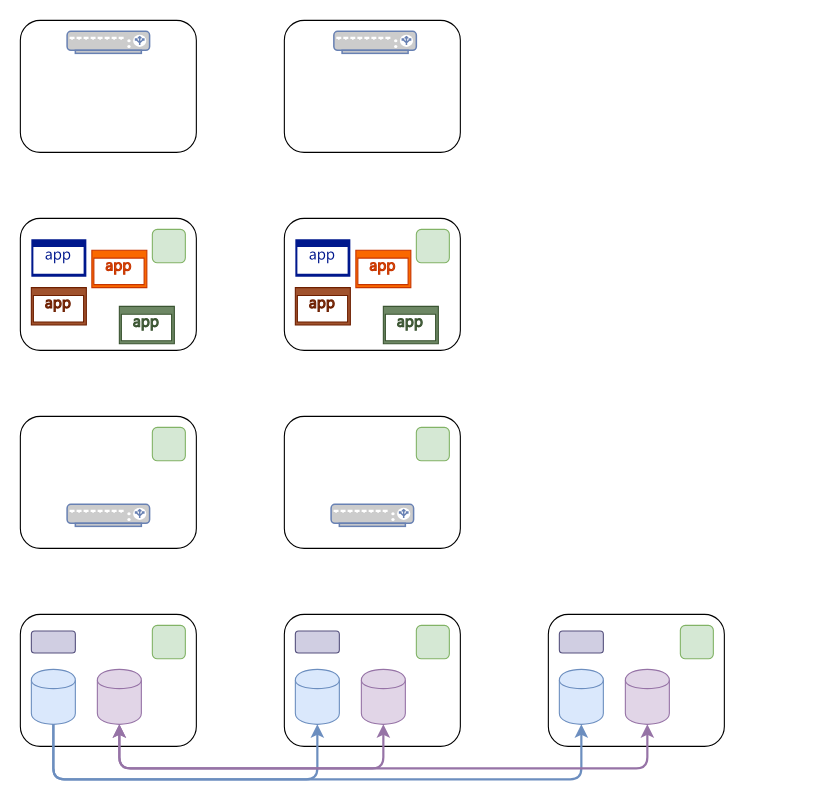
Earlier version of the draw.io diagram arch/deployment.drawio (Arnauld/schema). Source tidied: cells renumbered, new cells numbered last; positions are measured from the earlier drawing's top-left corner, leaving out a move shared by most shapes. Both pictures are drawn from the tidied source at 110%, with x=0, y=0 at pixel (20, 20).
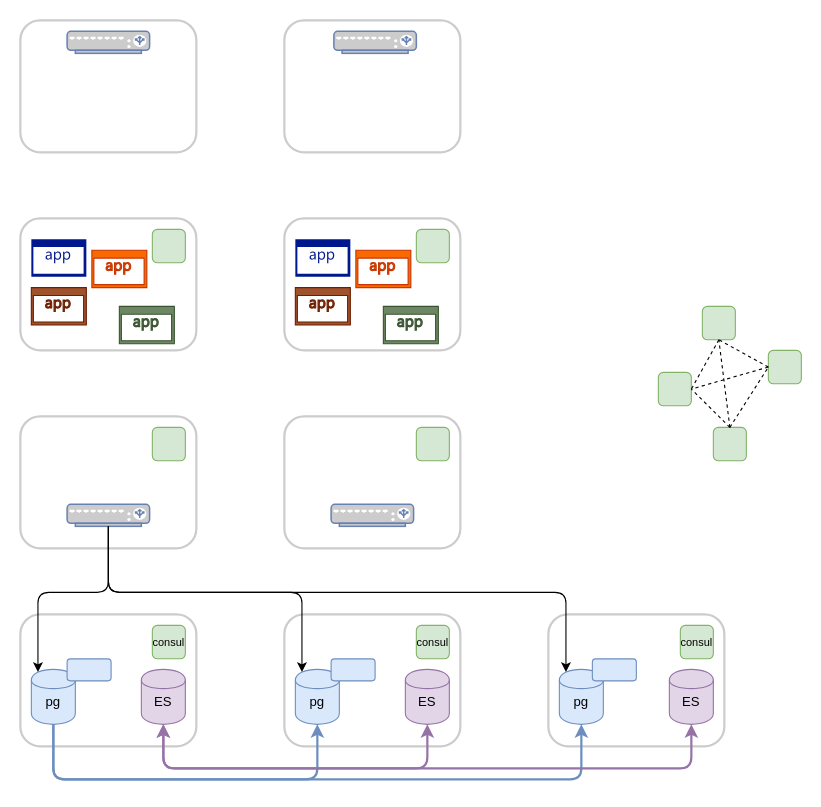
The same diagram, later.

Unchanged cells that the change refers to:
```xml
<mxCell id="18" style="shape=cylinder;whiteSpace=wrap;html=1;boundedLbl=1;backgroundOutline=1;fillColor=#dae8fc;strokeColor=#6c8ebf;" parent="1" vertex="1">
  <mxGeometry x="250" y="590" width="40" height="50" as="geometry" />
</mxCell>
<mxCell id="19" style="shape=cylinder;whiteSpace=wrap;html=1;boundedLbl=1;backgroundOutline=1;fillColor=#dae8fc;strokeColor=#6c8ebf;" parent="1" vertex="1">
  <mxGeometry x="490" y="590" width="40" height="50" as="geometry" />
</mxCell>
<mxCell id="21" style="shape=cylinder;whiteSpace=wrap;html=1;boundedLbl=1;backgroundOutline=1;fillColor=#dae8fc;strokeColor=#6c8ebf;" parent="1" vertex="1">
  <mxGeometry x="10" y="590" width="40" height="50" as="geometry" />
</mxCell>
<mxCell id="30" style="fontColor=#0066CC;verticalAlign=top;verticalLabelPosition=bottom;labelPosition=center;align=center;html=1;outlineConnect=0;fillColor=#CCCCCC;strokeColor=#6881B3;gradientColor=none;gradientDirection=north;strokeWidth=2;shape=mxgraph.networks.load_balancer;" parent="1" vertex="1">
  <mxGeometry x="42.5" y="440" width="75" height="20" as="geometry" />
</mxCell>
```

Diff of the diagram source:
```diff
@@
-    <mxCell id="2" style="rounded=1;whiteSpace=wrap;html=1;" parent="1" vertex="1">
+    <mxCell id="2" style="rounded=1;whiteSpace=wrap;html=1;strokeColor=#CCCCCC;strokeWidth=2;" parent="1" vertex="1">
       <mxGeometry x="240" width="160" height="120" as="geometry" />
     </mxCell>
-    <mxCell id="3" style="rounded=1;whiteSpace=wrap;html=1;" parent="1" vertex="1">
+    <mxCell id="3" style="rounded=1;whiteSpace=wrap;html=1;strokeWidth=2;strokeColor=#CCCCCC;" parent="1" vertex="1">
       <mxGeometry width="160" height="120" as="geometry" />
     </mxCell>
-    <mxCell id="4" style="rounded=1;whiteSpace=wrap;html=1;" parent="1" vertex="1">
+    <mxCell id="4" style="rounded=1;whiteSpace=wrap;html=1;strokeColor=#CCCCCC;strokeWidth=2;" parent="1" vertex="1">
       <mxGeometry y="180" width="160" height="120" as="geometry" />
     </mxCell>
-    <mxCell id="5" style="rounded=1;whiteSpace=wrap;html=1;" parent="1" vertex="1">
+    <mxCell id="5" style="rounded=1;whiteSpace=wrap;html=1;strokeColor=#CCCCCC;strokeWidth=2;" parent="1" vertex="1">
       <mxGeometry x="240" y="180" width="160" height="120" as="geometry" />
     </mxCell>
-    <mxCell id="6" style="rounded=1;whiteSpace=wrap;html=1;" parent="1" vertex="1">
+    <mxCell id="6" style="rounded=1;whiteSpace=wrap;html=1;strokeWidth=2;strokeColor=#CCCCCC;" parent="1" vertex="1">
       <mxGeometry y="360" width="160" height="120" as="geometry" />
     </mxCell>
-    <mxCell id="7" style="rounded=1;whiteSpace=wrap;html=1;" parent="1" vertex="1">
+    <mxCell id="7" style="rounded=1;whiteSpace=wrap;html=1;strokeColor=#CCCCCC;strokeWidth=2;" parent="1" vertex="1">
       <mxGeometry y="540" width="160" height="120" as="geometry" />
     </mxCell>
-    <mxCell id="8" style="rounded=1;whiteSpace=wrap;html=1;" parent="1" vertex="1">
+    <mxCell id="8" style="rounded=1;whiteSpace=wrap;html=1;strokeWidth=2;strokeColor=#CCCCCC;" parent="1" vertex="1">
       <mxGeometry x="240" y="540" width="160" height="120" as="geometry" />
     </mxCell>
-    <mxCell id="9" style="rounded=1;whiteSpace=wrap;html=1;" parent="1" vertex="1">
+    <mxCell id="9" style="rounded=1;whiteSpace=wrap;html=1;strokeColor=#CCCCCC;strokeWidth=2;" parent="1" vertex="1">
       <mxGeometry x="480" y="540" width="160" height="120" as="geometry" />
     </mxCell>
-    <mxCell id="10" style="rounded=1;whiteSpace=wrap;html=1;" parent="1" vertex="1">
+    <mxCell id="10" style="rounded=1;whiteSpace=wrap;html=1;strokeColor=#CCCCCC;strokeWidth=2;" parent="1" vertex="1">
       <mxGeometry x="240" y="360" width="160" height="120" as="geometry" />
     </mxCell>
@@
     <mxCell id="22" style="shape=cylinder;whiteSpace=wrap;html=1;boundedLbl=1;backgroundOutline=1;fillColor=#e1d5e7;strokeColor=#9673a6;" parent="1" vertex="1">
-      <mxGeometry x="70" y="590" width="40" height="50" as="geometry" />
+      <mxGeometry x="110" y="590" width="40" height="50" as="geometry" />
     </mxCell>
     <mxCell id="23" style="shape=cylinder;whiteSpace=wrap;html=1;boundedLbl=1;backgroundOutline=1;fillColor=#e1d5e7;strokeColor=#9673a6;" parent="1" vertex="1">
-      <mxGeometry x="310" y="590" width="40" height="50" as="geometry" />
+      <mxGeometry x="350" y="590" width="40" height="50" as="geometry" />
     </mxCell>
     <mxCell id="24" style="shape=cylinder;whiteSpace=wrap;html=1;boundedLbl=1;backgroundOutline=1;fillColor=#e1d5e7;strokeColor=#9673a6;" parent="1" vertex="1">
-      <mxGeometry x="550" y="590" width="40" height="50" as="geometry" />
+      <mxGeometry x="590" y="590" width="40" height="50" as="geometry" />
     </mxCell>
-    <mxCell id="25" style="rounded=1;whiteSpace=wrap;html=1;fillColor=#d0cee2;strokeColor=#56517e;" parent="1" vertex="1">
-      <mxGeometry x="10" y="555.2" width="40" height="20" as="geometry" />
+    <mxCell id="25" style="rounded=1;whiteSpace=wrap;html=1;fillColor=#dae8fc;strokeColor=#6c8ebf;" parent="1" vertex="1">
+      <mxGeometry x="42.5" y="580.5" width="40" height="20" as="geometry" />
     </mxCell>
-    <mxCell id="26" style="rounded=1;whiteSpace=wrap;html=1;fillColor=#d0cee2;strokeColor=#56517e;" parent="1" vertex="1">
-      <mxGeometry x="250" y="555.2" width="40" height="20" as="geometry" />
+    <mxCell id="26" style="rounded=1;whiteSpace=wrap;html=1;fillColor=#dae8fc;strokeColor=#6c8ebf;" parent="1" vertex="1">
+      <mxGeometry x="282.5" y="580.5" width="40" height="20" as="geometry" />
     </mxCell>
-    <mxCell id="27" style="rounded=1;whiteSpace=wrap;html=1;fillColor=#d0cee2;strokeColor=#56517e;" parent="1" vertex="1">
-      <mxGeometry x="490" y="555.2" width="40" height="20" as="geometry" />
+    <mxCell id="27" style="rounded=1;whiteSpace=wrap;html=1;fillColor=#dae8fc;strokeColor=#6c8ebf;" parent="1" vertex="1">
+      <mxGeometry x="520" y="580.5" width="40" height="20" as="geometry" />
     </mxCell>
@@
     <mxCell id="40" style="edgeStyle=segmentEdgeStyle;endArrow=classic;html=1;exitX=0.5;exitY=1;exitDx=0;exitDy=0;entryX=0.5;entryY=1;entryDx=0;entryDy=0;startArrow=classic;startFill=1;fillColor=#e1d5e7;strokeColor=#9673a6;strokeWidth=2;" parent="1" edge="1" source="22" target="23">
       <mxGeometry relative="1" as="geometry">
         <Array as="points">
-          <mxPoint x="90" y="680" />
-          <mxPoint x="330" y="680" />
+          <mxPoint x="130" y="680" />
+          <mxPoint x="370" y="680" />
         </Array>
       </mxGeometry>
     </mxCell>
@@
     <mxCell id="42" style="edgeStyle=segmentEdgeStyle;endArrow=classic;html=1;exitX=0.5;exitY=1;exitDx=0;exitDy=0;entryX=0.5;entryY=1;entryDx=0;entryDy=0;startArrow=classic;startFill=1;fillColor=#e1d5e7;strokeColor=#9673a6;strokeWidth=2;" parent="1" edge="1" source="22" target="24">
       <mxGeometry relative="1" as="geometry">
         <Array as="points">
-          <mxPoint x="90" y="680" />
-          <mxPoint x="570" y="680" />
+          <mxPoint x="130" y="680" />
+          <mxPoint x="610" y="680" />
         </Array>
       </mxGeometry>
     </mxCell>
+    <mxCell id="43" style="edgeStyle=elbowEdgeStyle;elbow=vertical;endArrow=classic;html=1;strokeColor=#000000;strokeWidth=1;entryX=0.15;entryY=0.05;entryDx=0;entryDy=0;entryPerimeter=0;" parent="1" edge="1" target="21">
+      <mxGeometry relative="1" as="geometry">
+        <mxPoint x="80" y="460" as="sourcePoint" />
+        <Array as="points">
+          <mxPoint x="150" y="520" />
+        </Array>
+      </mxGeometry>
+    </mxCell>
+    <mxCell id="44" style="edgeStyle=elbowEdgeStyle;elbow=vertical;endArrow=classic;html=1;strokeColor=#000000;strokeWidth=1;entryX=0.15;entryY=0.05;entryDx=0;entryDy=0;entryPerimeter=0;" parent="1" edge="1" source="30" target="18">
+      <mxGeometry relative="1" as="geometry">
+        <Array as="points">
+          <mxPoint x="170" y="520" />
+        </Array>
+      </mxGeometry>
+    </mxCell>
+    <mxCell id="45" style="edgeStyle=elbowEdgeStyle;elbow=vertical;endArrow=classic;html=1;strokeColor=#000000;strokeWidth=1;entryX=0.15;entryY=0.05;entryDx=0;entryDy=0;entryPerimeter=0;" parent="1" edge="1" target="19">
+      <mxGeometry relative="1" as="geometry">
+        <mxPoint x="80" y="460" as="sourcePoint" />
+        <Array as="points">
+          <mxPoint x="290" y="520" />
+        </Array>
+      </mxGeometry>
+    </mxCell>
+    <mxCell id="46" style="rounded=1;whiteSpace=wrap;html=1;fillColor=#d5e8d4;strokeColor=#82b366;" parent="1" vertex="1">
+      <mxGeometry x="620" y="260" width="30" height="30.4" as="geometry" />
+    </mxCell>
+    <mxCell id="47" style="rounded=1;whiteSpace=wrap;html=1;fillColor=#d5e8d4;strokeColor=#82b366;" parent="1" vertex="1">
+      <mxGeometry x="580" y="320" width="30" height="30.4" as="geometry" />
+    </mxCell>
+    <mxCell id="48" style="rounded=1;whiteSpace=wrap;html=1;fillColor=#d5e8d4;strokeColor=#82b366;" parent="1" vertex="1">
+      <mxGeometry x="630" y="370" width="30" height="30.4" as="geometry" />
+    </mxCell>
+    <mxCell id="49" style="rounded=1;whiteSpace=wrap;html=1;fillColor=#d5e8d4;strokeColor=#82b366;" parent="1" vertex="1">
+      <mxGeometry x="680" y="300" width="30" height="30.4" as="geometry" />
+    </mxCell>
+    <mxCell id="50" style="endArrow=none;dashed=1;html=1;strokeColor=#000000;strokeWidth=1;exitX=0.5;exitY=1;exitDx=0;exitDy=0;entryX=1;entryY=0.5;entryDx=0;entryDy=0;" parent="1" edge="1" source="46" target="47">
+      <mxGeometry relative="1" as="geometry" />
+    </mxCell>
+    <mxCell id="51" style="endArrow=none;dashed=1;html=1;strokeColor=#000000;strokeWidth=1;exitX=0.5;exitY=0;exitDx=0;exitDy=0;entryX=1;entryY=0.5;entryDx=0;entryDy=0;" parent="1" edge="1" source="48" target="47">
+      <mxGeometry relative="1" as="geometry" />
+    </mxCell>
+    <mxCell id="52" style="endArrow=none;dashed=1;html=1;strokeColor=#000000;strokeWidth=1;exitX=0.5;exitY=0;exitDx=0;exitDy=0;entryX=0;entryY=0.5;entryDx=0;entryDy=0;" parent="1" edge="1" source="48" target="49">
+      <mxGeometry relative="1" as="geometry" />
+    </mxCell>
+    <mxCell id="53" style="endArrow=none;dashed=1;html=1;strokeColor=#000000;strokeWidth=1;exitX=0;exitY=0.5;exitDx=0;exitDy=0;entryX=0.5;entryY=1;entryDx=0;entryDy=0;" parent="1" edge="1" source="49" target="46">
+      <mxGeometry relative="1" as="geometry" />
+    </mxCell>
+    <mxCell id="54" style="endArrow=none;dashed=1;html=1;strokeColor=#000000;strokeWidth=1;exitX=0.5;exitY=0;exitDx=0;exitDy=0;entryX=0.5;entryY=1;entryDx=0;entryDy=0;" parent="1" edge="1" source="48" target="46">
+      <mxGeometry relative="1" as="geometry" />
+    </mxCell>
+    <mxCell id="55" style="endArrow=none;dashed=1;html=1;strokeColor=#000000;strokeWidth=1;exitX=0;exitY=0.5;exitDx=0;exitDy=0;entryX=1;entryY=0.5;entryDx=0;entryDy=0;" parent="1" edge="1" source="49" target="47">
+      <mxGeometry relative="1" as="geometry" />
+    </mxCell>
+    <mxCell id="56" value="pg" style="text;html=1;strokeColor=none;fillColor=none;align=center;verticalAlign=middle;whiteSpace=wrap;rounded=0;" parent="1" vertex="1">
+      <mxGeometry x="10" y="610" width="40" height="20" as="geometry" />
+    </mxCell>
+    <mxCell id="57" value="ES" style="text;html=1;strokeColor=none;fillColor=none;align=center;verticalAlign=middle;whiteSpace=wrap;rounded=0;" parent="1" vertex="1">
+      <mxGeometry x="110" y="610" width="40" height="20" as="geometry" />
+    </mxCell>
+    <mxCell id="58" value="ES" style="text;html=1;strokeColor=none;fillColor=none;align=center;verticalAlign=middle;whiteSpace=wrap;rounded=0;" parent="1" vertex="1">
+      <mxGeometry x="350" y="610" width="40" height="20" as="geometry" />
+    </mxCell>
+    <mxCell id="59" value="pg" style="text;html=1;strokeColor=none;fillColor=none;align=center;verticalAlign=middle;whiteSpace=wrap;rounded=0;" parent="1" vertex="1">
+      <mxGeometry x="250" y="610" width="40" height="20" as="geometry" />
+    </mxCell>
+    <mxCell id="60" value="pg" style="text;html=1;strokeColor=none;fillColor=none;align=center;verticalAlign=middle;whiteSpace=wrap;rounded=0;" parent="1" vertex="1">
+      <mxGeometry x="490" y="610" width="40" height="20" as="geometry" />
+    </mxCell>
+    <mxCell id="61" value="ES" style="text;html=1;strokeColor=none;fillColor=none;align=center;verticalAlign=middle;whiteSpace=wrap;rounded=0;" parent="1" vertex="1">
+      <mxGeometry x="590" y="610" width="40" height="20" as="geometry" />
+    </mxCell>
+    <mxCell id="62" value="consul" style="text;html=1;strokeColor=none;fillColor=none;align=center;verticalAlign=middle;whiteSpace=wrap;rounded=0;fontSize=10;" parent="1" vertex="1">
+      <mxGeometry x="115" y="555.2" width="40" height="20" as="geometry" />
+    </mxCell>
+    <mxCell id="63" value="consul" style="text;html=1;strokeColor=none;fillColor=none;align=center;verticalAlign=middle;whiteSpace=wrap;rounded=0;fontSize=10;" parent="1" vertex="1">
+      <mxGeometry x="355" y="555.2" width="40" height="20" as="geometry" />
+    </mxCell>
+    <mxCell id="64" value="consul" style="text;html=1;strokeColor=none;fillColor=none;align=center;verticalAlign=middle;whiteSpace=wrap;rounded=0;fontSize=10;" parent="1" vertex="1">
+      <mxGeometry x="595" y="555.2" width="40" height="20" as="geometry" />
+    </mxCell>
```
